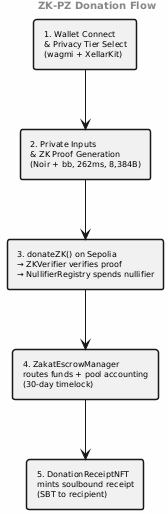
This is docs/diagrams/usecase.png from tawf-labs/zkt-research, a PlantUML export, as it was before one commit.
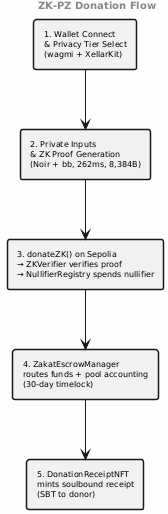
After the commit.

Commit message:
fix: DonationReceiptNFT mints SBT to donor, not recipient

Change to the diagram source:
```diff
@@ -11,7 +11,7 @@
 rectangle "2. Private Inputs\n& ZK Proof Generation\n(Noir + bb, 262ms, 8,384B)" as S2
 rectangle "3. donateZK() on Sepolia\n→ ZKVerifier verifies proof\n→ NullifierRegistry spends nullifier" as S3
 rectangle "4. ZakatEscrowManager\nroutes funds + pool accounting\n(30-day timelock)" as S4
-rectangle "5. DonationReceiptNFT\nmints soulbound receipt\n(SBT to recipient)" as S5
+rectangle "5. DonationReceiptNFT\nmints soulbound receipt\n(SBT to donor)" as S5
 
 S1 -down-> S2
 S2 -down-> S3
```
